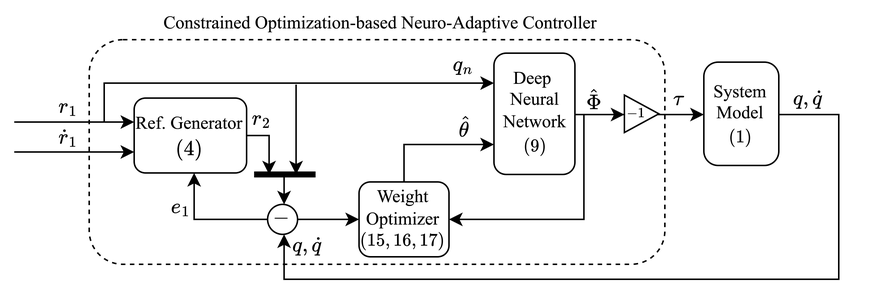
DDingR/CoNAC keeps this draw.io diagram as figures/Controller.drawio.png. Above is the earlier version. Source tidied: cells renumbered, new cells last; positions are measured from the earlier drawing's top-left corner, leaving out a move shared by most shapes.
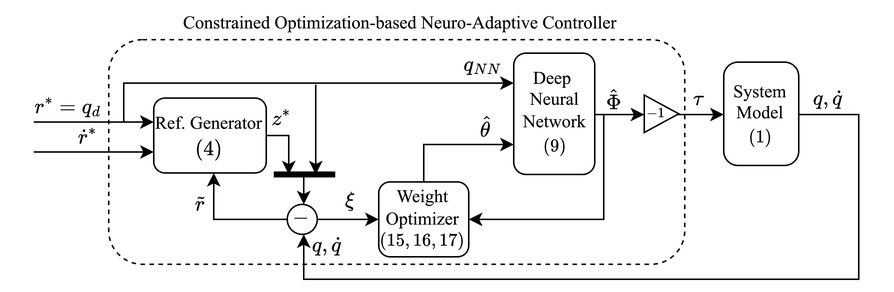
The same file after the commit.

Change to the diagram source:
```diff
@@ -2,7 +2,7 @@
   <root>
     <mxCell id="0" />
     <mxCell id="1" value="Area" parent="0" />
-    <mxCell id="2" style="rounded=1;whiteSpace=wrap;html=1;dashed=1;" parent="1" vertex="1">
+    <mxCell id="2" style="rounded=1;whiteSpace=wrap;html=1;dashed=1;fillColor=none;" parent="1" vertex="1">
       <mxGeometry x="59" y="26" width="384" height="150" as="geometry" />
     </mxCell>
     <mxCell id="3" value="Lines" parent="0" />
@@ -127,19 +127,19 @@
       <mxGeometry x="416" y="63" width="23" height="25" as="geometry" />
     </mxCell>
     <mxCell id="25" value="Math" parent="0" />
-    <mxCell id="26" value="$$r_1$$" style="text;html=1;align=center;verticalAlign=middle;strokeColor=none;fillColor=none;" parent="25" vertex="1">
-      <mxGeometry x="10" y="56" width="70" height="30" as="geometry" />
+    <mxCell id="26" value="$$r^*=q_d$$" style="text;html=1;align=center;verticalAlign=middle;strokeColor=none;fillColor=none;" parent="25" vertex="1">
+      <mxGeometry x="-13" y="56" width="90" height="30" as="geometry" />
     </mxCell>
-    <mxCell id="27" value="$$\dot r_1$$" style="text;html=1;align=center;verticalAlign=middle;strokeColor=none;fillColor=none;" parent="25" vertex="1">
+    <mxCell id="27" value="$$\dot r^*$$" style="text;html=1;align=center;verticalAlign=middle;strokeColor=none;fillColor=none;" parent="25" vertex="1">
       <mxGeometry y="77" width="90" height="30" as="geometry" />
     </mxCell>
     <mxCell id="28" value="$$\hat\theta$$" style="text;html=1;align=center;verticalAlign=middle;strokeColor=none;fillColor=none;" parent="25" vertex="1">
-      <mxGeometry x="259" y="70" width="100" height="30" as="geometry" />
+      <mxGeometry x="260" y="70" width="100" height="30" as="geometry" />
     </mxCell>
-    <mxCell id="29" value="$$e_1$$" style="text;html=1;align=center;verticalAlign=middle;strokeColor=none;fillColor=none;" parent="25" vertex="1">
-      <mxGeometry x="85" y="123" width="70" height="30" as="geometry" />
+    <mxCell id="29" value="$$\tilde r$$" style="text;html=1;align=center;verticalAlign=middle;strokeColor=none;fillColor=none;" parent="25" vertex="1">
+      <mxGeometry x="80" y="121" width="80" height="30" as="geometry" />
     </mxCell>
-    <mxCell id="30" value="$$r_2$$" style="text;html=1;align=center;verticalAlign=middle;strokeColor=none;fillColor=none;" parent="25" vertex="1">
+    <mxCell id="30" value="$$z^*$$" style="text;html=1;align=center;verticalAlign=middle;strokeColor=none;fillColor=none;" parent="25" vertex="1">
       <mxGeometry x="139" y="64" width="70" height="30" as="geometry" />
     </mxCell>
     <mxCell id="31" value="$$q,\dot q$$" style="text;html=1;align=center;verticalAlign=middle;strokeColor=none;fillColor=none;" parent="25" vertex="1">
@@ -151,8 +151,8 @@
     <mxCell id="33" value="$$-1$$" style="text;html=1;align=center;verticalAlign=middle;strokeColor=none;fillColor=none;fontSize=8;" parent="25" vertex="1">
       <mxGeometry x="399" y="66" width="50" height="20" as="geometry" />
     </mxCell>
-    <mxCell id="34" value="$$q_n$$" style="text;html=1;align=center;verticalAlign=middle;strokeColor=none;fillColor=none;" parent="25" vertex="1">
-      <mxGeometry x="273" y="28" width="70" height="30" as="geometry" />
+    <mxCell id="34" value="$$q_{NN}$$" style="text;html=1;align=center;verticalAlign=middle;strokeColor=none;fillColor=none;" parent="25" vertex="1">
+      <mxGeometry x="263" y="28" width="90" height="30" as="geometry" />
     </mxCell>
     <mxCell id="35" value="$$q,\dot q$$" style="text;html=1;align=center;verticalAlign=middle;strokeColor=none;fillColor=none;" parent="25" vertex="1">
       <mxGeometry x="159" y="149" width="90" height="30" as="geometry" />
@@ -160,6 +160,9 @@
     <mxCell id="36" value="$$\hat\Phi$$" style="text;html=1;align=center;verticalAlign=middle;strokeColor=none;fillColor=none;fontSize=12;" parent="25" vertex="1">
       <mxGeometry x="351" y="52" width="90" height="30" as="geometry" />
     </mxCell>
+    <mxCell id="48" value="$$\xi$$" style="text;html=1;align=center;verticalAlign=middle;strokeColor=none;fillColor=none;" parent="25" vertex="1">
+      <mxGeometry x="190" y="119" width="60" height="30" as="geometry" />
+    </mxCell>
     <mxCell id="37" value="Names" parent="0" />
     <mxCell id="38" value="Weight&lt;div&gt;Optimizer&lt;/div&gt;" style="text;html=1;align=center;verticalAlign=middle;strokeColor=none;fillColor=none;fontFamily=Times New Roman;" parent="37" vertex="1">
       <mxGeometry x="233" y="118" width="70" height="40" as="geometry" />
```
